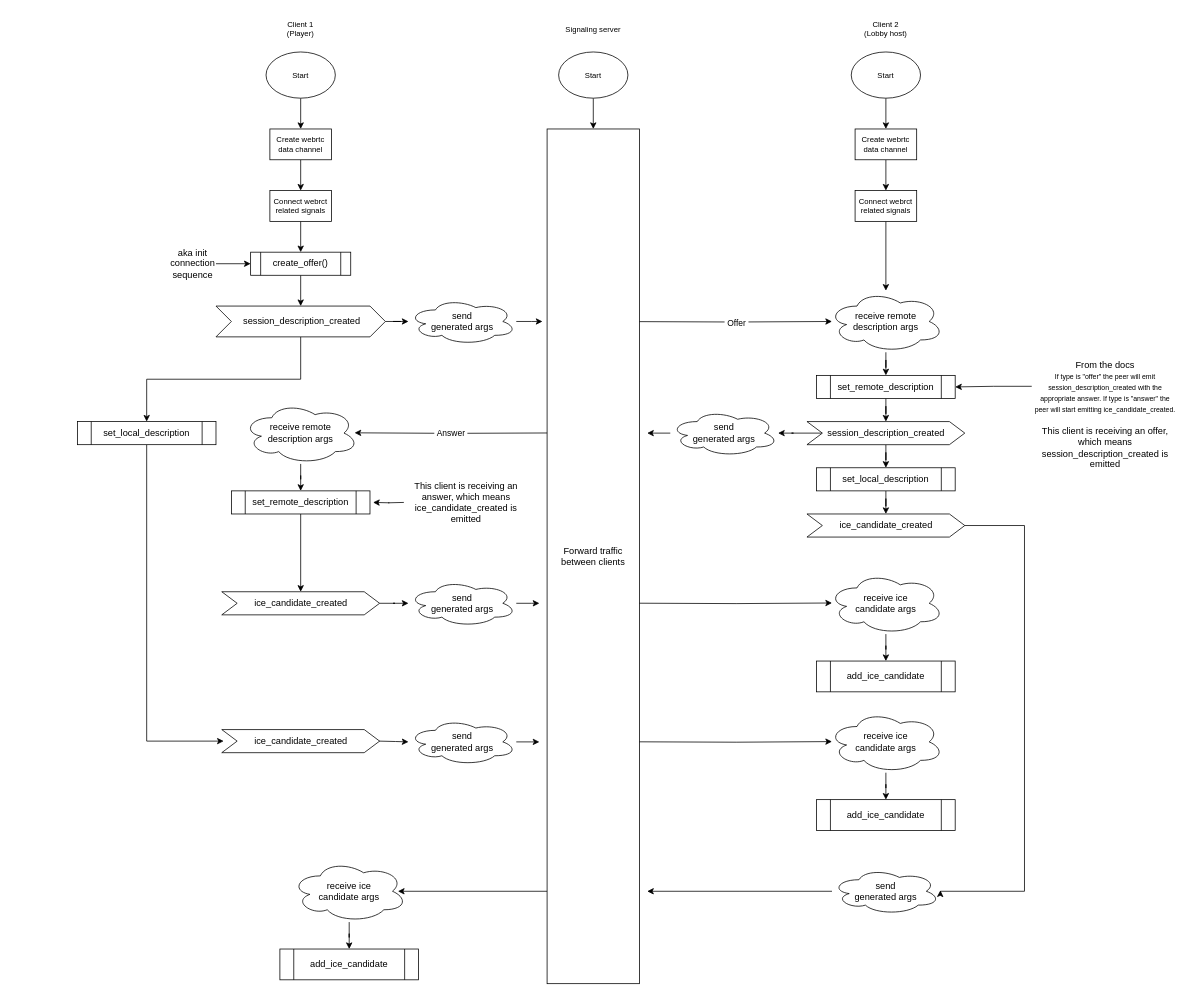
temp127389127389/GridShot keeps this draw.io diagram as webrtc connection chart.drawio. Above is the earlier version. Source tidied: cells renumbered, new cells numbered last; positions are measured from the earlier drawing's top-left corner, leaving out a move shared by most shapes. Both pictures are drawn from the tidied source at 77%, with x=0, y=0 at pixel (77, 13).
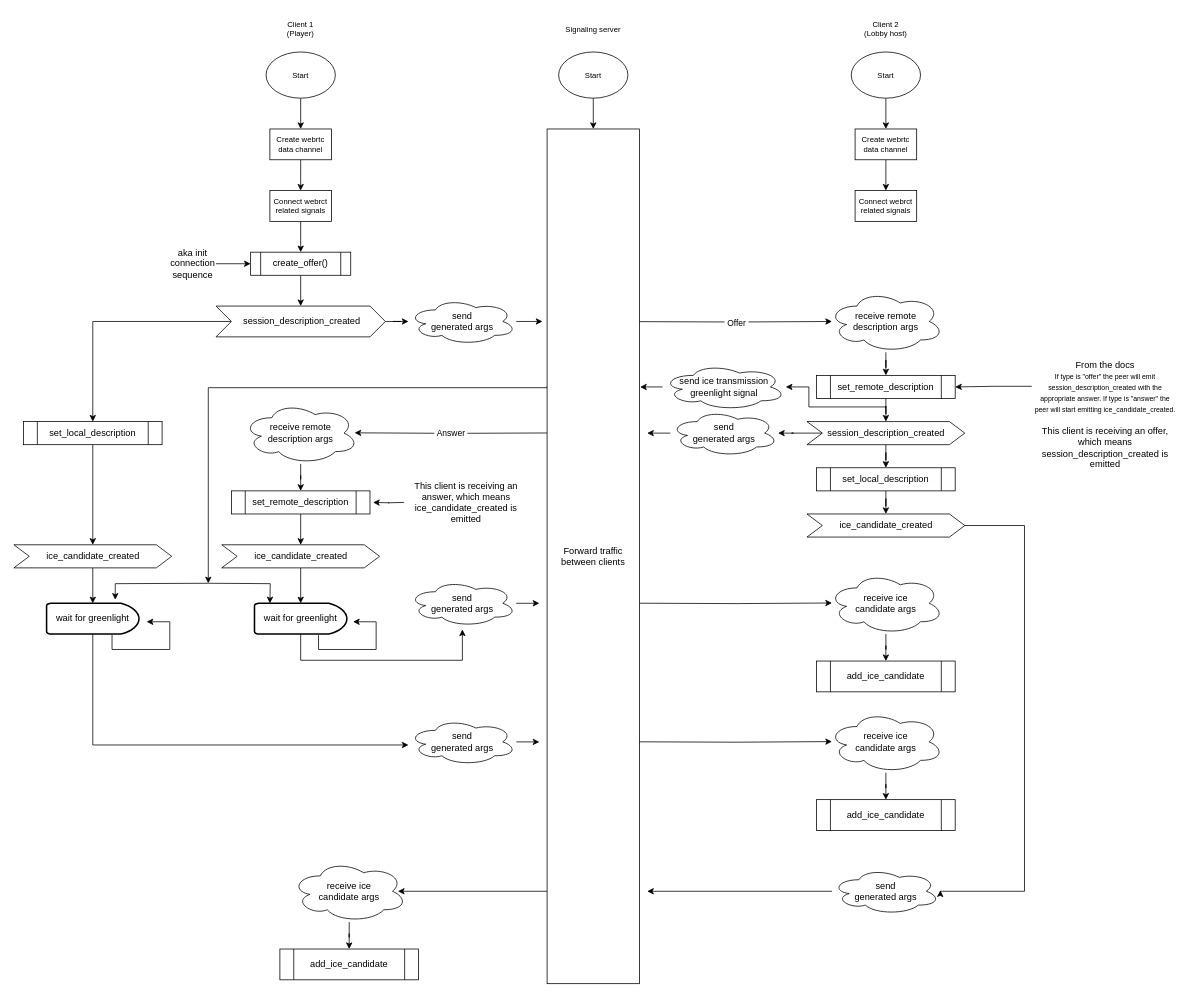
After the change.

Commit message:
update webrtc connection flowchart

Unchanged cells that the change refers to:
```xml
<mxCell id="18" value="Connect webrct related signals" style="rounded=0;whiteSpace=wrap;html=1;fontSize=10;" parent="1" vertex="1">
  <mxGeometry x="1010" y="230" width="80" height="40" as="geometry" />
</mxCell>
<mxCell id="28" value="Forward traffic between clients" style="rounded=0;whiteSpace=wrap;html=1;" parent="1" vertex="1">
  <mxGeometry x="610" y="150" width="120" height="1110" as="geometry" />
</mxCell>
<mxCell id="31" value="receive&amp;nbsp;&lt;span style=&quot;background-color: initial;&quot;&gt;remote&lt;/span&gt;&lt;div&gt;&lt;div&gt;description args&lt;/div&gt;&lt;/div&gt;" style="ellipse;shape=cloud;whiteSpace=wrap;html=1;" parent="1" vertex="1">
  <mxGeometry x="975" y="360" width="150" height="80" as="geometry" />
</mxCell>
<mxCell id="36" value="send&lt;div&gt;generated args&lt;/div&gt;" style="ellipse;shape=cloud;whiteSpace=wrap;html=1;" parent="1" vertex="1">
  <mxGeometry x="430" y="736" width="140" height="60" as="geometry" />
</mxCell>
<mxCell id="64" value="send&lt;div&gt;generated args&lt;/div&gt;" style="ellipse;shape=cloud;whiteSpace=wrap;html=1;" parent="1" vertex="1">
  <mxGeometry x="430" y="916" width="140" height="60" as="geometry" />
</mxCell>
```

The edit, as a diff of the source:
```diff
@@
-    <mxCell id="17" style="edgeStyle=orthogonalEdgeStyle;rounded=0;jettySize=auto;html=1;" parent="1" edge="1" source="18" target="31">
-      <mxGeometry relative="1" as="geometry" />
-    </mxCell>
@@
+    <mxCell id="78" style="edgeStyle=orthogonalEdgeStyle;rounded=0;jettySize=auto;html=1;" parent="1" edge="1" target="92">
+      <mxGeometry relative="1" as="geometry">
+        <mxPoint x="1050" y="510" as="sourcePoint" />
+        <Array as="points">
+          <mxPoint x="1050" y="511" />
+          <mxPoint x="950" y="511" />
+          <mxPoint x="950" y="485" />
+        </Array>
+      </mxGeometry>
+    </mxCell>
@@
+    <mxCell id="79" style="edgeStyle=orthogonalEdgeStyle;rounded=0;orthogonalLoop=1;jettySize=auto;html=1;" parent="1" edge="1">
+      <mxGeometry relative="1" as="geometry">
+        <mxPoint x="610" y="484.5" as="sourcePoint" />
+        <mxPoint x="170" y="740" as="targetPoint" />
+        <Array as="points">
+          <mxPoint x="610" y="486" />
+          <mxPoint x="170" y="486" />
+        </Array>
+      </mxGeometry>
+    </mxCell>
@@
-    <mxCell id="46" style="edgeStyle=orthogonalEdgeStyle;rounded=0;jettySize=auto;html=1;exitX=0.5;exitY=1;exitDx=0;exitDy=0;" parent="1" edge="1" source="47">
-      <mxGeometry relative="1" as="geometry">
-        <mxPoint x="190" y="945" as="targetPoint" />
-        <Array as="points">
-          <mxPoint x="90" y="945" />
-        </Array>
-      </mxGeometry>
-    </mxCell>
+    <mxCell id="80" style="edgeStyle=orthogonalEdgeStyle;rounded=0;jettySize=auto;html=1;entryX=0.5;entryY=0;entryDx=0;entryDy=0;" parent="1" edge="1" source="47" target="62">
+      <mxGeometry relative="1" as="geometry" />
+    </mxCell>
     <mxCell id="47" value="set_local_description" style="shape=process;whiteSpace=wrap;html=1;backgroundOutline=1;" parent="1" vertex="1">
-      <mxGeometry y="530" width="180" height="30" as="geometry" />
+      <mxGeometry x="-70" y="530" width="180" height="30" as="geometry" />
     </mxCell>
@@
-    <mxCell id="60" style="edgeStyle=orthogonalEdgeStyle;rounded=0;jettySize=auto;html=1;" parent="1" edge="1" source="61" target="36">
-      <mxGeometry relative="1" as="geometry" />
-    </mxCell>
+    <mxCell id="81" style="edgeStyle=orthogonalEdgeStyle;rounded=0;jettySize=auto;html=1;" parent="1" edge="1" source="61" target="88">
+      <mxGeometry relative="1" as="geometry" />
+    </mxCell>
     <mxCell id="61" value="ice_candidate_created" style="shape=step;perimeter=stepPerimeter;whiteSpace=wrap;html=1;fixedSize=1;" parent="1" vertex="1">
-      <mxGeometry x="187.5" y="751" width="205" height="30" as="geometry" />
+      <mxGeometry x="187.5" y="690" width="205" height="30" as="geometry" />
     </mxCell>
+    <mxCell id="82" style="edgeStyle=orthogonalEdgeStyle;rounded=0;jettySize=auto;html=1;" parent="1" edge="1" source="62" target="85">
+      <mxGeometry relative="1" as="geometry" />
+    </mxCell>
+    <mxCell id="83" style="edgeStyle=orthogonalEdgeStyle;rounded=0;jettySize=auto;html=1;entryX=0.743;entryY=-0.117;entryDx=0;entryDy=0;entryPerimeter=0;" parent="1" edge="1" target="85">
+      <mxGeometry relative="1" as="geometry">
+        <mxPoint x="170" y="740" as="sourcePoint" />
+      </mxGeometry>
+    </mxCell>
     <mxCell id="62" value="ice_candidate_created" style="shape=step;perimeter=stepPerimeter;whiteSpace=wrap;html=1;fixedSize=1;" parent="1" vertex="1">
-      <mxGeometry x="187.5" y="930" width="205" height="30" as="geometry" />
+      <mxGeometry x="-82.5" y="690" width="205" height="30" as="geometry" />
     </mxCell>
@@
-    <mxCell id="69" style="edgeStyle=orthogonalEdgeStyle;rounded=0;jettySize=auto;html=1;" parent="1" edge="1" target="64">
-      <mxGeometry relative="1" as="geometry">
-        <mxPoint x="392" y="945" as="sourcePoint" />
-      </mxGeometry>
-    </mxCell>
@@
+    <mxCell id="84" style="edgeStyle=orthogonalEdgeStyle;rounded=0;jettySize=auto;html=1;" parent="1" edge="1" source="85">
+      <mxGeometry relative="1" as="geometry">
+        <mxPoint x="430" y="950" as="targetPoint" />
+        <Array as="points">
+          <mxPoint x="20" y="950" />
+        </Array>
+      </mxGeometry>
+    </mxCell>
+    <mxCell id="85" value="wait for greenlight" style="strokeWidth=2;html=1;shape=mxgraph.flowchart.delay;whiteSpace=wrap;" parent="1" vertex="1">
+      <mxGeometry x="-40" y="766" width="120" height="40" as="geometry" />
+    </mxCell>
+    <mxCell id="86" style="edgeStyle=orthogonalEdgeStyle;rounded=0;jettySize=auto;html=1;exitX=0.693;exitY=1.033;exitDx=0;exitDy=0;exitPerimeter=0;" parent="1" edge="1" source="88">
+      <mxGeometry relative="1" as="geometry">
+        <mxPoint x="358" y="790" as="targetPoint" />
+        <Array as="points">
+          <mxPoint x="313" y="826" />
+          <mxPoint x="388" y="826" />
+          <mxPoint x="388" y="790" />
+        </Array>
+      </mxGeometry>
+    </mxCell>
+    <mxCell id="87" style="edgeStyle=orthogonalEdgeStyle;rounded=0;jettySize=auto;html=1;exitX=0.5;exitY=1;exitDx=0;exitDy=0;exitPerimeter=0;" parent="1" edge="1" source="88">
+      <mxGeometry relative="1" as="geometry">
+        <mxPoint x="500" y="800" as="targetPoint" />
+        <Array as="points">
+          <mxPoint x="290" y="840" />
+          <mxPoint x="500" y="840" />
+        </Array>
+      </mxGeometry>
+    </mxCell>
+    <mxCell id="88" value="wait for greenlight" style="strokeWidth=2;html=1;shape=mxgraph.flowchart.delay;whiteSpace=wrap;" parent="1" vertex="1">
+      <mxGeometry x="230" y="766" width="120" height="40" as="geometry" />
+    </mxCell>
+    <mxCell id="89" style="edgeStyle=orthogonalEdgeStyle;rounded=0;orthogonalLoop=1;jettySize=auto;html=1;entryX=0.743;entryY=-0.117;entryDx=0;entryDy=0;entryPerimeter=0;" parent="1" edge="1">
+      <mxGeometry relative="1" as="geometry">
+        <mxPoint x="170" y="740" as="sourcePoint" />
+        <mxPoint x="250" y="766" as="targetPoint" />
+      </mxGeometry>
+    </mxCell>
+    <mxCell id="90" style="edgeStyle=orthogonalEdgeStyle;rounded=0;orthogonalLoop=1;jettySize=auto;html=1;exitX=0.693;exitY=1.033;exitDx=0;exitDy=0;exitPerimeter=0;" parent="1" edge="1">
+      <mxGeometry relative="1" as="geometry">
+        <mxPoint x="45" y="807" as="sourcePoint" />
+        <mxPoint x="90" y="790" as="targetPoint" />
+        <Array as="points">
+          <mxPoint x="45" y="826" />
+          <mxPoint x="120" y="826" />
+          <mxPoint x="120" y="790" />
+        </Array>
+      </mxGeometry>
+    </mxCell>
+    <mxCell id="91" style="edgeStyle=orthogonalEdgeStyle;rounded=0;jettySize=auto;html=1;entryX=1.007;entryY=0.302;entryDx=0;entryDy=0;entryPerimeter=0;" parent="1" edge="1" source="92" target="28">
+      <mxGeometry relative="1" as="geometry" />
+    </mxCell>
+    <mxCell id="92" value="send ice transmission&lt;div&gt;greenlight signal&lt;/div&gt;" style="ellipse;shape=cloud;whiteSpace=wrap;html=1;" parent="1" vertex="1">
+      <mxGeometry x="760" y="455" width="160" height="60" as="geometry" />
+    </mxCell>
```
